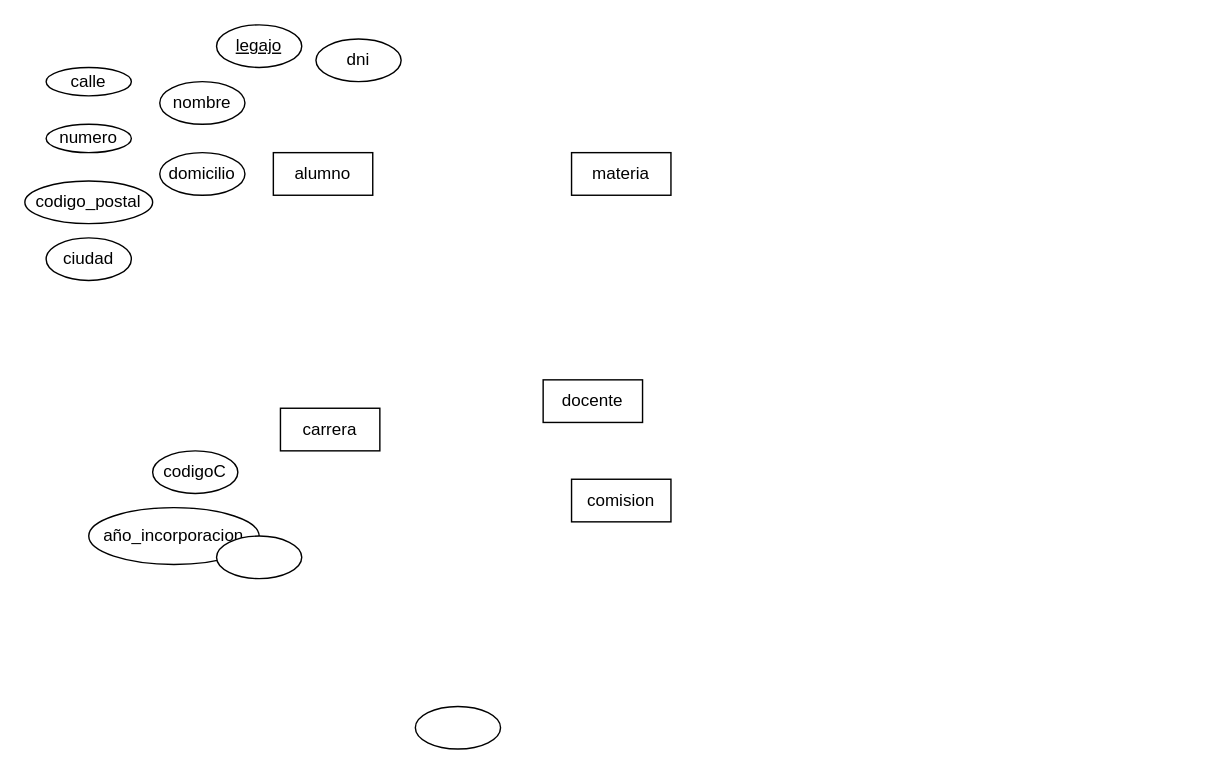
Earlier version of the draw.io diagram sistemaestudiantesEJ3-c.drawio (AslanGuzman/diagramas). Source tidied: cells renumbered, new cells numbered last; positions are measured from the earlier drawing's top-left corner, leaving out a move shared by most shapes. Both pictures are drawn from the tidied source at 142%, with x=0, y=0 at pixel (24, 24).
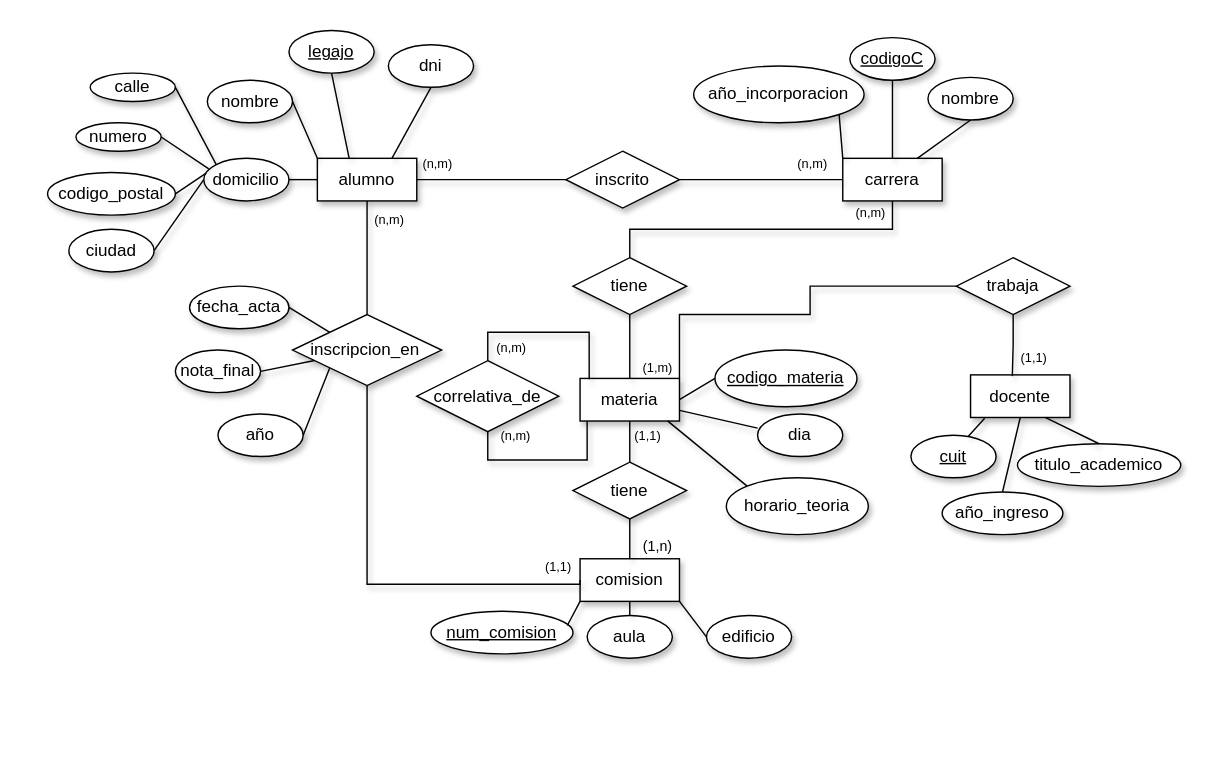
The same diagram, later.

What changed in the source:
```diff
@@
+    <mxCell id="19" style="edgeStyle=orthogonalEdgeStyle;rounded=0;jettySize=auto;html=1;entryX=0;entryY=0.5;entryDx=0;entryDy=0;endArrow=none;startFill=0;shadow=1;" parent="1" edge="1" source="2" target="32">
+      <mxGeometry relative="1" as="geometry" />
+    </mxCell>
+    <mxCell id="20" style="edgeStyle=orthogonalEdgeStyle;rounded=0;jettySize=auto;html=1;exitX=0;exitY=0.5;exitDx=0;exitDy=0;entryX=1;entryY=0.5;entryDx=0;entryDy=0;endArrow=none;startFill=0;shadow=1;" parent="1" edge="1" source="2" target="6">
+      <mxGeometry relative="1" as="geometry" />
+    </mxCell>
+    <mxCell id="21" style="edgeStyle=orthogonalEdgeStyle;rounded=0;jettySize=auto;html=1;exitX=0.5;exitY=1;exitDx=0;exitDy=0;endArrow=none;startFill=0;shadow=1;" parent="1" edge="1" source="2" target="44">
+      <mxGeometry relative="1" as="geometry" />
+    </mxCell>
-    <mxCell id="2" value="alumno" style="rounded=0;whiteSpace=wrap;html=1;" parent="1" vertex="1">
-      <mxGeometry x="175" y="90" width="70" height="30" as="geometry" />
+    <mxCell id="2" value="alumno" style="rounded=0;whiteSpace=wrap;html=1;shadow=1;" parent="1" vertex="1">
+      <mxGeometry x="206" y="94" width="70" height="30" as="geometry" />
     </mxCell>
-    <mxCell id="3" value="&lt;u&gt;legajo&lt;/u&gt;" style="ellipse;whiteSpace=wrap;html=1;" parent="1" vertex="1">
-      <mxGeometry x="135" width="60" height="30" as="geometry" />
+    <mxCell id="3" value="&lt;u&gt;legajo&lt;/u&gt;" style="ellipse;whiteSpace=wrap;html=1;shadow=1;" parent="1" vertex="1">
+      <mxGeometry x="186" y="4" width="60" height="30" as="geometry" />
     </mxCell>
-    <mxCell id="4" value="dni" style="ellipse;whiteSpace=wrap;html=1;" parent="1" vertex="1">
-      <mxGeometry x="205" y="10" width="60" height="30" as="geometry" />
+    <mxCell id="4" value="dni" style="ellipse;whiteSpace=wrap;html=1;shadow=1;" parent="1" vertex="1">
+      <mxGeometry x="256" y="14" width="60" height="30" as="geometry" />
     </mxCell>
-    <mxCell id="5" value="nombre" style="ellipse;whiteSpace=wrap;html=1;" parent="1" vertex="1">
-      <mxGeometry x="95" y="40" width="60" height="30" as="geometry" />
+    <mxCell id="5" value="nombre" style="ellipse;whiteSpace=wrap;html=1;shadow=1;" parent="1" vertex="1">
+      <mxGeometry x="128.5" y="39" width="60" height="30" as="geometry" />
     </mxCell>
-    <mxCell id="6" value="domicilio" style="ellipse;whiteSpace=wrap;html=1;" parent="1" vertex="1">
-      <mxGeometry x="95" y="90" width="60" height="30" as="geometry" />
+    <mxCell id="6" value="domicilio" style="ellipse;whiteSpace=wrap;html=1;shadow=1;" parent="1" vertex="1">
+      <mxGeometry x="126" y="94" width="60" height="30" as="geometry" />
     </mxCell>
-    <mxCell id="7" value="calle" style="ellipse;whiteSpace=wrap;html=1;" parent="1" vertex="1">
-      <mxGeometry x="15" y="30" width="60" height="20" as="geometry" />
+    <mxCell id="7" value="calle" style="ellipse;whiteSpace=wrap;html=1;shadow=1;" parent="1" vertex="1">
+      <mxGeometry x="46" y="34" width="60" height="20" as="geometry" />
     </mxCell>
-    <mxCell id="8" value="codigo_postal" style="ellipse;whiteSpace=wrap;html=1;" parent="1" vertex="1">
-      <mxGeometry y="110" width="90" height="30" as="geometry" />
+    <mxCell id="8" value="codigo_postal" style="ellipse;whiteSpace=wrap;html=1;shadow=1;" parent="1" vertex="1">
+      <mxGeometry x="16" y="104" width="90" height="30" as="geometry" />
     </mxCell>
-    <mxCell id="9" value="numero" style="ellipse;whiteSpace=wrap;html=1;" parent="1" vertex="1">
-      <mxGeometry x="15" y="70" width="60" height="20" as="geometry" />
+    <mxCell id="9" value="numero" style="ellipse;whiteSpace=wrap;html=1;shadow=1;" parent="1" vertex="1">
+      <mxGeometry x="36" y="69" width="60" height="20" as="geometry" />
     </mxCell>
-    <mxCell id="10" value="ciudad" style="ellipse;whiteSpace=wrap;html=1;" parent="1" vertex="1">
-      <mxGeometry x="15" y="150" width="60" height="30" as="geometry" />
+    <mxCell id="10" value="ciudad" style="ellipse;whiteSpace=wrap;html=1;shadow=1;" parent="1" vertex="1">
+      <mxGeometry x="31" y="144" width="60" height="30" as="geometry" />
     </mxCell>
-    <mxCell id="11" value="año_incorporacion" style="ellipse;whiteSpace=wrap;html=1;" parent="1" vertex="1">
-      <mxGeometry x="45" y="340" width="120" height="40" as="geometry" />
+    <mxCell id="11" value="año_incorporacion" style="ellipse;whiteSpace=wrap;html=1;shadow=1;" parent="1" vertex="1">
+      <mxGeometry x="471" y="29" width="120" height="40" as="geometry" />
     </mxCell>
-    <mxCell id="12" value="codigoC" style="ellipse;whiteSpace=wrap;html=1;" parent="1" vertex="1">
-      <mxGeometry x="90" y="300" width="60" height="30" as="geometry" />
+    <mxCell id="12" value="&lt;u&gt;codigoC&lt;/u&gt;" style="ellipse;whiteSpace=wrap;html=1;shadow=1;" parent="1" vertex="1">
+      <mxGeometry x="581" y="9" width="60" height="30" as="geometry" />
     </mxCell>
+    <mxCell id="22" style="edgeStyle=orthogonalEdgeStyle;rounded=0;jettySize=auto;html=1;entryX=0;entryY=0.5;entryDx=0;entryDy=0;endArrow=none;startFill=0;exitX=1;exitY=0;exitDx=0;exitDy=0;shadow=1;" parent="1" edge="1" source="16" target="36">
+      <mxGeometry relative="1" as="geometry">
+        <Array as="points">
+          <mxPoint x="461" y="204" />
+          <mxPoint x="553" y="204" />
+          <mxPoint x="553" y="184" />
+        </Array>
+      </mxGeometry>
+    </mxCell>
-    <mxCell id="13" value="carrera" style="rounded=0;whiteSpace=wrap;html=1;" parent="1" vertex="1">
-      <mxGeometry x="180" y="270" width="70" height="30" as="geometry" />
+    <mxCell id="13" value="carrera" style="rounded=0;whiteSpace=wrap;html=1;shadow=1;" parent="1" vertex="1">
+      <mxGeometry x="576" y="94" width="70" height="30" as="geometry" />
     </mxCell>
-    <mxCell id="14" style="ellipse;whiteSpace=wrap;html=1;" parent="1" vertex="1">
-      <mxGeometry x="135" y="360" width="60" height="30" as="geometry" />
+    <mxCell id="14" value="&lt;u&gt;cuit&lt;/u&gt;" style="ellipse;whiteSpace=wrap;html=1;shadow=1;" parent="1" vertex="1">
+      <mxGeometry x="624" y="289" width="60" height="30" as="geometry" />
     </mxCell>
-    <mxCell id="15" style="ellipse;whiteSpace=wrap;html=1;" parent="1" vertex="1">
-      <mxGeometry x="275" y="480" width="60" height="30" as="geometry" />
+    <mxCell id="15" value="nombre" style="ellipse;whiteSpace=wrap;html=1;shadow=1;" parent="1" vertex="1">
+      <mxGeometry x="636" y="37" width="60" height="30" as="geometry" />
     </mxCell>
+    <mxCell id="23" style="edgeStyle=orthogonalEdgeStyle;rounded=0;jettySize=auto;html=1;exitX=0.5;exitY=1;exitDx=0;exitDy=0;endArrow=none;startFill=0;shadow=1;" parent="1" edge="1" source="16" target="38">
+      <mxGeometry relative="1" as="geometry" />
+    </mxCell>
-    <mxCell id="16" value="materia" style="rounded=0;whiteSpace=wrap;html=1;" parent="1" vertex="1">
-      <mxGeometry x="385" y="90" width="70" height="30" as="geometry" />
+    <mxCell id="16" value="materia" style="rounded=0;whiteSpace=wrap;html=1;shadow=1;" parent="1" vertex="1">
+      <mxGeometry x="391" y="249" width="70" height="30" as="geometry" />
     </mxCell>
-    <mxCell id="17" value="docente" style="rounded=0;whiteSpace=wrap;html=1;" parent="1" vertex="1">
-      <mxGeometry x="365" y="250" width="70" height="30" as="geometry" />
+    <mxCell id="17" value="docente" style="rounded=0;whiteSpace=wrap;html=1;shadow=1;" parent="1" vertex="1">
+      <mxGeometry x="666" y="246.5" width="70" height="30" as="geometry" />
     </mxCell>
-    <mxCell id="18" value="comision" style="rounded=0;whiteSpace=wrap;html=1;" parent="1" vertex="1">
-      <mxGeometry x="385" y="320" width="70" height="30" as="geometry" />
+    <mxCell id="18" value="comision" style="rounded=0;whiteSpace=wrap;html=1;shadow=1;" parent="1" vertex="1">
+      <mxGeometry x="391" y="376" width="70" height="30" as="geometry" />
     </mxCell>
+    <mxCell id="24" value="año_ingreso" style="ellipse;whiteSpace=wrap;html=1;shadow=1;" parent="1" vertex="1">
+      <mxGeometry x="646" y="329" width="85" height="30" as="geometry" />
+    </mxCell>
+    <mxCell id="25" value="edificio" style="ellipse;whiteSpace=wrap;html=1;shadow=1;" parent="1" vertex="1">
+      <mxGeometry x="480" y="416" width="60" height="30" as="geometry" />
+    </mxCell>
+    <mxCell id="26" value="aula" style="ellipse;whiteSpace=wrap;html=1;shadow=1;" parent="1" vertex="1">
+      <mxGeometry x="396" y="416" width="60" height="30" as="geometry" />
+    </mxCell>
+    <mxCell id="27" value="titulo_academico" style="ellipse;whiteSpace=wrap;html=1;shadow=1;" parent="1" vertex="1">
+      <mxGeometry x="699" y="295" width="115" height="30" as="geometry" />
+    </mxCell>
+    <mxCell id="28" value="&lt;u&gt;codigo_materia&lt;/u&gt;" style="ellipse;whiteSpace=wrap;html=1;shadow=1;" parent="1" vertex="1">
+      <mxGeometry x="486" y="229" width="100" height="40" as="geometry" />
+    </mxCell>
+    <mxCell id="29" value="dia" style="ellipse;whiteSpace=wrap;html=1;shadow=1;" parent="1" vertex="1">
+      <mxGeometry x="516" y="274" width="60" height="30" as="geometry" />
+    </mxCell>
+    <mxCell id="30" value="horario_teoria" style="ellipse;whiteSpace=wrap;html=1;shadow=1;" parent="1" vertex="1">
+      <mxGeometry x="494" y="319" width="100" height="40" as="geometry" />
+    </mxCell>
+    <mxCell id="31" style="edgeStyle=orthogonalEdgeStyle;rounded=0;jettySize=auto;html=1;exitX=1;exitY=0.5;exitDx=0;exitDy=0;entryX=0;entryY=0.5;entryDx=0;entryDy=0;endArrow=none;endFill=1;startFill=0;shadow=1;" parent="1" edge="1" source="32" target="13">
+      <mxGeometry relative="1" as="geometry" />
+    </mxCell>
+    <mxCell id="32" value="inscrito" style="rhombus;whiteSpace=wrap;html=1;shadow=1;" parent="1" vertex="1">
+      <mxGeometry x="381" y="89" width="80" height="40" as="geometry" />
+    </mxCell>
+    <mxCell id="33" style="edgeStyle=orthogonalEdgeStyle;rounded=0;jettySize=auto;html=1;exitX=0.5;exitY=0;exitDx=0;exitDy=0;entryX=0.5;entryY=1;entryDx=0;entryDy=0;endArrow=none;startFill=0;shadow=1;" parent="1" edge="1" source="35" target="13">
+      <mxGeometry relative="1" as="geometry" />
+    </mxCell>
+    <mxCell id="34" style="edgeStyle=orthogonalEdgeStyle;rounded=0;jettySize=auto;html=1;exitX=0.5;exitY=1;exitDx=0;exitDy=0;entryX=0.5;entryY=0;entryDx=0;entryDy=0;endArrow=none;startFill=0;shadow=1;" parent="1" edge="1" source="35" target="16">
+      <mxGeometry relative="1" as="geometry" />
+    </mxCell>
+    <mxCell id="35" value="tiene" style="rhombus;whiteSpace=wrap;html=1;shadow=1;" parent="1" vertex="1">
+      <mxGeometry x="386" y="164" width="80" height="40" as="geometry" />
+    </mxCell>
+    <mxCell id="36" value="trabaja" style="rhombus;whiteSpace=wrap;html=1;shadow=1;" parent="1" vertex="1">
+      <mxGeometry x="656" y="164" width="80" height="40" as="geometry" />
+    </mxCell>
+    <mxCell id="37" style="edgeStyle=orthogonalEdgeStyle;rounded=0;jettySize=auto;html=1;exitX=0.5;exitY=1;exitDx=0;exitDy=0;entryX=0.5;entryY=0;entryDx=0;entryDy=0;endArrow=none;startFill=0;shadow=1;" parent="1" edge="1" source="38" target="18">
+      <mxGeometry relative="1" as="geometry" />
+    </mxCell>
+    <mxCell id="38" value="tiene" style="rhombus;whiteSpace=wrap;html=1;shadow=1;" parent="1" vertex="1">
+      <mxGeometry x="386" y="308" width="80" height="40" as="geometry" />
+    </mxCell>
+    <mxCell id="39" style="endArrow=none;html=1;rounded=0;entryX=1;entryY=0.5;entryDx=0;entryDy=0;exitX=0;exitY=0;exitDx=0;exitDy=0;shadow=1;" parent="1" edge="1" source="6" target="7">
+      <mxGeometry relative="1" as="geometry" />
+    </mxCell>
+    <mxCell id="40" style="endArrow=none;html=1;rounded=0;entryX=1;entryY=0.5;entryDx=0;entryDy=0;exitX=0.059;exitY=0.249;exitDx=0;exitDy=0;exitPerimeter=0;shadow=1;" parent="1" edge="1" source="6" target="9">
+      <mxGeometry relative="1" as="geometry" />
+    </mxCell>
+    <mxCell id="41" style="endArrow=none;html=1;rounded=0;entryX=1;entryY=0.5;entryDx=0;entryDy=0;exitX=0.028;exitY=0.347;exitDx=0;exitDy=0;exitPerimeter=0;shadow=1;" parent="1" edge="1" source="6" target="8">
+      <mxGeometry relative="1" as="geometry" />
+    </mxCell>
+    <mxCell id="42" style="endArrow=none;html=1;rounded=0;entryX=1;entryY=0.5;entryDx=0;entryDy=0;exitX=0;exitY=0.5;exitDx=0;exitDy=0;shadow=1;" parent="1" edge="1" source="6" target="10">
+      <mxGeometry relative="1" as="geometry" />
+    </mxCell>
+    <mxCell id="43" style="edgeStyle=orthogonalEdgeStyle;rounded=0;jettySize=auto;html=1;entryX=0;entryY=0.5;entryDx=0;entryDy=0;exitX=0.5;exitY=1;exitDx=0;exitDy=0;endArrow=none;startFill=0;shadow=1;" parent="1" edge="1" source="44" target="18">
+      <mxGeometry relative="1" as="geometry">
+        <Array as="points">
+          <mxPoint x="241" y="394" />
+          <mxPoint x="391" y="394" />
+        </Array>
+      </mxGeometry>
+    </mxCell>
+    <mxCell id="44" value="inscripcion_en&amp;nbsp;" style="rhombus;whiteSpace=wrap;html=1;shadow=1;" parent="1" vertex="1">
+      <mxGeometry x="188.5" y="204" width="105" height="50" as="geometry" />
+    </mxCell>
+    <mxCell id="45" value="año" style="ellipse;whiteSpace=wrap;html=1;shadow=1;" parent="1" vertex="1">
+      <mxGeometry x="136" y="274" width="60" height="30" as="geometry" />
+    </mxCell>
+    <mxCell id="46" value="nota_final" style="ellipse;whiteSpace=wrap;html=1;shadow=1;" parent="1" vertex="1">
+      <mxGeometry x="106" y="229" width="60" height="30" as="geometry" />
+    </mxCell>
+    <mxCell id="47" value="fecha_acta" style="ellipse;whiteSpace=wrap;html=1;shadow=1;" parent="1" vertex="1">
+      <mxGeometry x="116" y="184" width="70" height="30" as="geometry" />
+    </mxCell>
+    <mxCell id="48" value="correlativa_de" style="rhombus;whiteSpace=wrap;html=1;shadow=1;" parent="1" vertex="1">
+      <mxGeometry x="276" y="236.5" width="100" height="50" as="geometry" />
+    </mxCell>
+    <mxCell id="49" style="endArrow=none;html=1;rounded=0;entryX=1;entryY=0.5;entryDx=0;entryDy=0;shadow=1;" parent="1" edge="1" target="5">
+      <mxGeometry relative="1" as="geometry">
+        <mxPoint x="206" y="94" as="sourcePoint" />
+      </mxGeometry>
+    </mxCell>
+    <mxCell id="50" style="endArrow=none;html=1;rounded=0;entryX=0.5;entryY=1;entryDx=0;entryDy=0;exitX=0.32;exitY=0.001;exitDx=0;exitDy=0;exitPerimeter=0;shadow=1;" parent="1" edge="1" source="2" target="3">
+      <mxGeometry relative="1" as="geometry" />
+    </mxCell>
+    <mxCell id="51" style="endArrow=none;html=1;rounded=0;entryX=0.5;entryY=1;entryDx=0;entryDy=0;exitX=0.75;exitY=0;exitDx=0;exitDy=0;shadow=1;" parent="1" edge="1" source="2" target="4">
+      <mxGeometry relative="1" as="geometry" />
+    </mxCell>
+    <mxCell id="52" style="endArrow=none;html=1;rounded=0;entryX=1;entryY=1;entryDx=0;entryDy=0;exitX=0;exitY=0;exitDx=0;exitDy=0;shadow=1;" parent="1" edge="1" source="13" target="11">
+      <mxGeometry relative="1" as="geometry" />
+    </mxCell>
+    <mxCell id="53" style="endArrow=none;html=1;rounded=0;entryX=0.5;entryY=1;entryDx=0;entryDy=0;exitX=0.5;exitY=0;exitDx=0;exitDy=0;shadow=1;" parent="1" edge="1" source="13" target="12">
+      <mxGeometry relative="1" as="geometry" />
+    </mxCell>
+    <mxCell id="54" style="endArrow=none;html=1;rounded=0;entryX=0.5;entryY=1;entryDx=0;entryDy=0;exitX=0.75;exitY=0;exitDx=0;exitDy=0;shadow=1;" parent="1" edge="1" source="13" target="15">
+      <mxGeometry relative="1" as="geometry" />
+    </mxCell>
+    <mxCell id="55" style="endArrow=none;html=1;rounded=0;entryX=1;entryY=0.5;entryDx=0;entryDy=0;exitX=0;exitY=0.5;exitDx=0;exitDy=0;shadow=1;" parent="1" edge="1" source="28" target="16">
+      <mxGeometry relative="1" as="geometry" />
+    </mxCell>
+    <mxCell id="56" style="endArrow=none;html=1;rounded=0;entryX=1;entryY=0.75;entryDx=0;entryDy=0;exitX=0;exitY=0.333;exitDx=0;exitDy=0;exitPerimeter=0;shadow=1;" parent="1" edge="1" source="29" target="16">
+      <mxGeometry relative="1" as="geometry" />
+    </mxCell>
+    <mxCell id="57" style="endArrow=none;html=1;rounded=0;entryX=0.88;entryY=0.996;entryDx=0;entryDy=0;exitX=0;exitY=0;exitDx=0;exitDy=0;entryPerimeter=0;shadow=1;" parent="1" edge="1" source="30" target="16">
+      <mxGeometry relative="1" as="geometry" />
+    </mxCell>
+    <mxCell id="58" style="endArrow=none;html=1;rounded=0;entryX=0.5;entryY=0;entryDx=0;entryDy=0;exitX=0.5;exitY=1;exitDx=0;exitDy=0;shadow=1;" parent="1" edge="1" source="18" target="26">
+      <mxGeometry relative="1" as="geometry" />
+    </mxCell>
+    <mxCell id="59" style="endArrow=none;html=1;rounded=0;entryX=1;entryY=1;entryDx=0;entryDy=0;exitX=0;exitY=0.5;exitDx=0;exitDy=0;shadow=1;" parent="1" edge="1" source="25" target="18">
+      <mxGeometry relative="1" as="geometry" />
+    </mxCell>
+    <mxCell id="60" style="edgeStyle=orthogonalEdgeStyle;rounded=0;jettySize=auto;html=1;entryX=0.092;entryY=0.018;entryDx=0;entryDy=0;entryPerimeter=0;exitX=0.5;exitY=0;exitDx=0;exitDy=0;endArrow=none;startFill=0;shadow=1;" parent="1" edge="1" source="48" target="16">
+      <mxGeometry relative="1" as="geometry" />
+    </mxCell>
+    <mxCell id="61" style="edgeStyle=orthogonalEdgeStyle;rounded=0;jettySize=auto;html=1;exitX=0.5;exitY=1;exitDx=0;exitDy=0;entryX=0.071;entryY=1;entryDx=0;entryDy=0;entryPerimeter=0;endArrow=none;startFill=0;shadow=1;" parent="1" edge="1" source="48" target="16">
+      <mxGeometry relative="1" as="geometry" />
+    </mxCell>
+    <mxCell id="62" value="&lt;u&gt;num_comision&lt;/u&gt;" style="ellipse;whiteSpace=wrap;html=1;shadow=1;" parent="1" vertex="1">
+      <mxGeometry x="286" y="413" width="100" height="30" as="geometry" />
+    </mxCell>
+    <mxCell id="63" style="endArrow=none;html=1;rounded=0;exitX=0;exitY=1;exitDx=0;exitDy=0;shadow=1;" parent="1" edge="1" source="18">
+      <mxGeometry relative="1" as="geometry">
+        <mxPoint x="382" y="423" as="targetPoint" />
+      </mxGeometry>
+    </mxCell>
+    <mxCell id="64" style="endArrow=none;html=1;rounded=0;entryX=0;entryY=0;entryDx=0;entryDy=0;exitX=1;exitY=0.5;exitDx=0;exitDy=0;shadow=1;" parent="1" edge="1" source="47" target="44">
+      <mxGeometry relative="1" as="geometry" />
+    </mxCell>
+    <mxCell id="65" style="endArrow=none;html=1;rounded=0;exitX=1;exitY=0.5;exitDx=0;exitDy=0;shadow=1;" parent="1" edge="1" source="46" target="44">
+      <mxGeometry relative="1" as="geometry" />
+    </mxCell>
+    <mxCell id="66" style="endArrow=none;html=1;rounded=0;entryX=0;entryY=1;entryDx=0;entryDy=0;exitX=1;exitY=0.5;exitDx=0;exitDy=0;shadow=1;" parent="1" edge="1" source="45" target="44">
+      <mxGeometry relative="1" as="geometry" />
+    </mxCell>
+    <mxCell id="67" style="endArrow=none;html=1;rounded=0;exitX=0.672;exitY=0.028;exitDx=0;exitDy=0;exitPerimeter=0;entryX=0.142;entryY=1.017;entryDx=0;entryDy=0;entryPerimeter=0;shadow=1;" parent="1" edge="1" source="14" target="17">
+      <mxGeometry relative="1" as="geometry" />
+    </mxCell>
+    <mxCell id="68" style="endArrow=none;html=1;rounded=0;entryX=0.5;entryY=1;entryDx=0;entryDy=0;exitX=0.5;exitY=0;exitDx=0;exitDy=0;shadow=1;" parent="1" edge="1" source="24" target="17">
+      <mxGeometry relative="1" as="geometry" />
+    </mxCell>
+    <mxCell id="69" style="endArrow=none;html=1;rounded=0;entryX=0.5;entryY=0;entryDx=0;entryDy=0;exitX=0.75;exitY=1;exitDx=0;exitDy=0;shadow=1;" parent="1" edge="1" source="17" target="27">
+      <mxGeometry relative="1" as="geometry" />
+    </mxCell>
+    <mxCell id="70" style="edgeStyle=orthogonalEdgeStyle;rounded=0;jettySize=auto;html=1;exitX=0.5;exitY=1;exitDx=0;exitDy=0;entryX=0.42;entryY=0.029;entryDx=0;entryDy=0;entryPerimeter=0;endArrow=none;startFill=0;shadow=1;" parent="1" edge="1" source="36" target="17">
+      <mxGeometry relative="1" as="geometry" />
+    </mxCell>
+    <mxCell id="71" value="&lt;font style=&quot;font-size: 9px;&quot;&gt;(n,m)&lt;/font&gt;" style="text;html=1;align=center;verticalAlign=middle;whiteSpace=wrap;rounded=0;shadow=1;" parent="1" vertex="1">
+      <mxGeometry x="276" y="84" width="30" height="25" as="geometry" />
+    </mxCell>
+    <mxCell id="72" value="&lt;font style=&quot;font-size: 9px;&quot;&gt;(n,m)&lt;/font&gt;" style="text;html=1;align=center;verticalAlign=middle;whiteSpace=wrap;rounded=0;shadow=1;" parent="1" vertex="1">
+      <mxGeometry x="540" y="84" width="30" height="25" as="geometry" />
+    </mxCell>
+    <mxCell id="73" value="&lt;font style=&quot;font-size: 9px;&quot;&gt;(1,1)&lt;/font&gt;" style="text;html=1;align=center;verticalAlign=middle;whiteSpace=wrap;rounded=0;shadow=1;" parent="1" vertex="1">
+      <mxGeometry x="696" y="221.5" width="30" height="25" as="geometry" />
+    </mxCell>
+    <mxCell id="74" value="&lt;font style=&quot;font-size: 9px;&quot;&gt;(1,m)&lt;/font&gt;" style="text;html=1;align=center;verticalAlign=middle;whiteSpace=wrap;rounded=0;shadow=1;" parent="1" vertex="1">
+      <mxGeometry x="431" y="229" width="30" height="24" as="geometry" />
+    </mxCell>
+    <mxCell id="75" value="&lt;font style=&quot;font-size: 9px;&quot;&gt;(n,m)&lt;/font&gt;" style="text;html=1;align=center;verticalAlign=middle;whiteSpace=wrap;rounded=0;shadow=1;" parent="1" vertex="1">
+      <mxGeometry x="581" y="119" width="30" height="25" as="geometry" />
+    </mxCell>
+    <mxCell id="76" value="&lt;font style=&quot;font-size: 9px;&quot;&gt;(1,1)&lt;/font&gt;" style="text;html=1;align=center;verticalAlign=middle;whiteSpace=wrap;rounded=0;shadow=1;" parent="1" vertex="1">
+      <mxGeometry x="424" y="276.5" width="30" height="25" as="geometry" />
+    </mxCell>
+    <mxCell id="77" value="&lt;font size=&quot;1&quot;&gt;(1,n)&lt;/font&gt;" style="text;html=1;align=center;verticalAlign=middle;whiteSpace=wrap;rounded=0;shadow=1;" parent="1" vertex="1">
+      <mxGeometry x="431" y="354" width="30" height="25" as="geometry" />
+    </mxCell>
+    <mxCell id="78" value="&lt;font style=&quot;font-size: 9px;&quot;&gt;(n,m)&lt;/font&gt;" style="text;html=1;align=center;verticalAlign=middle;whiteSpace=wrap;rounded=0;shadow=1;" parent="1" vertex="1">
+      <mxGeometry x="328" y="214" width="30" height="25" as="geometry" />
+    </mxCell>
+    <mxCell id="79" value="&lt;font style=&quot;font-size: 9px;&quot;&gt;(n,m)&lt;/font&gt;" style="text;html=1;align=center;verticalAlign=middle;whiteSpace=wrap;rounded=0;shadow=1;" parent="1" vertex="1">
+      <mxGeometry x="331" y="276.5" width="30" height="25" as="geometry" />
+    </mxCell>
+    <mxCell id="80" value="&lt;font style=&quot;font-size: 9px;&quot;&gt;(n,m)&lt;/font&gt;" style="text;html=1;align=center;verticalAlign=middle;whiteSpace=wrap;rounded=0;shadow=1;" parent="1" vertex="1">
+      <mxGeometry x="242" y="124" width="30" height="25" as="geometry" />
+    </mxCell>
+    <mxCell id="81" value="&lt;font style=&quot;font-size: 9px;&quot;&gt;(1,1)&lt;/font&gt;" style="text;html=1;align=center;verticalAlign=middle;whiteSpace=wrap;rounded=0;shadow=1;" parent="1" vertex="1">
+      <mxGeometry x="361" y="368.5" width="30" height="25" as="geometry" />
+    </mxCell>
```
